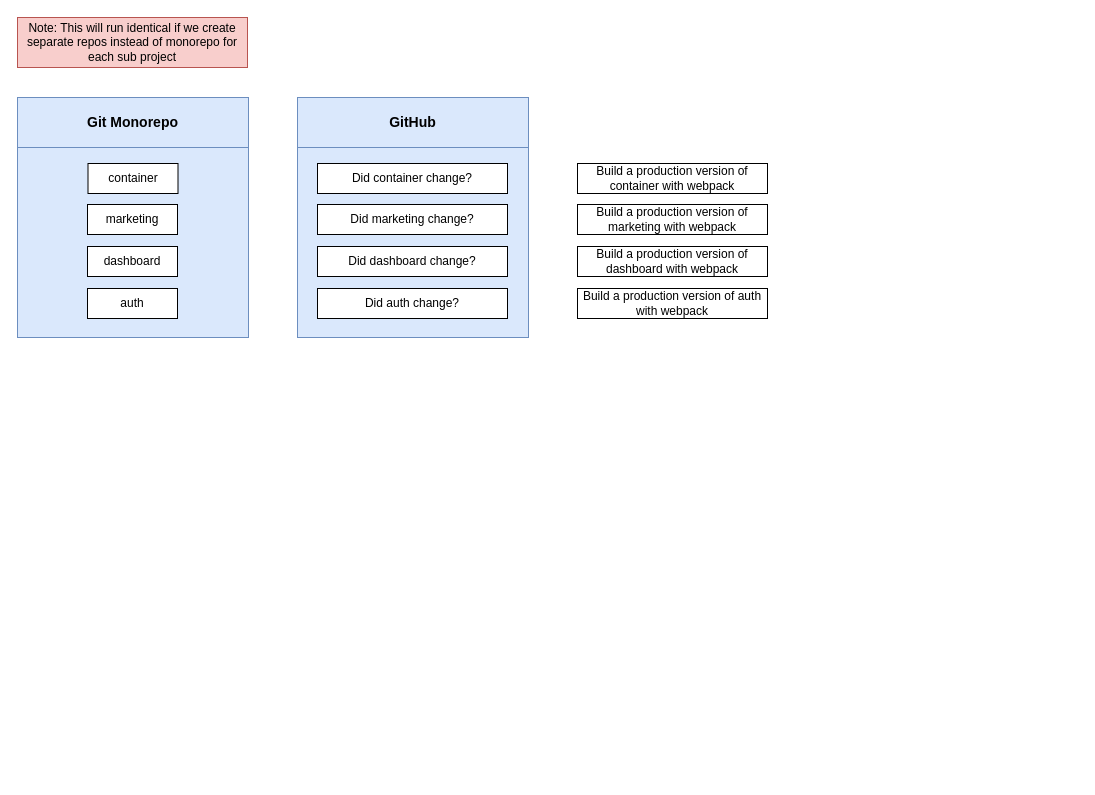
Above: page "Pipeline" (8 of 8) of ui/micro/integration/Frontend-Integration.drawio in afflato/system (draw.io), before the change. Source tidied: cells renumbered, new cells numbered last; positions are measured from the earlier drawing's top-left corner, leaving out a move shared by most shapes. Both pictures are drawn from the tidied source at 100%, with x=0, y=0 at pixel (17, 17).
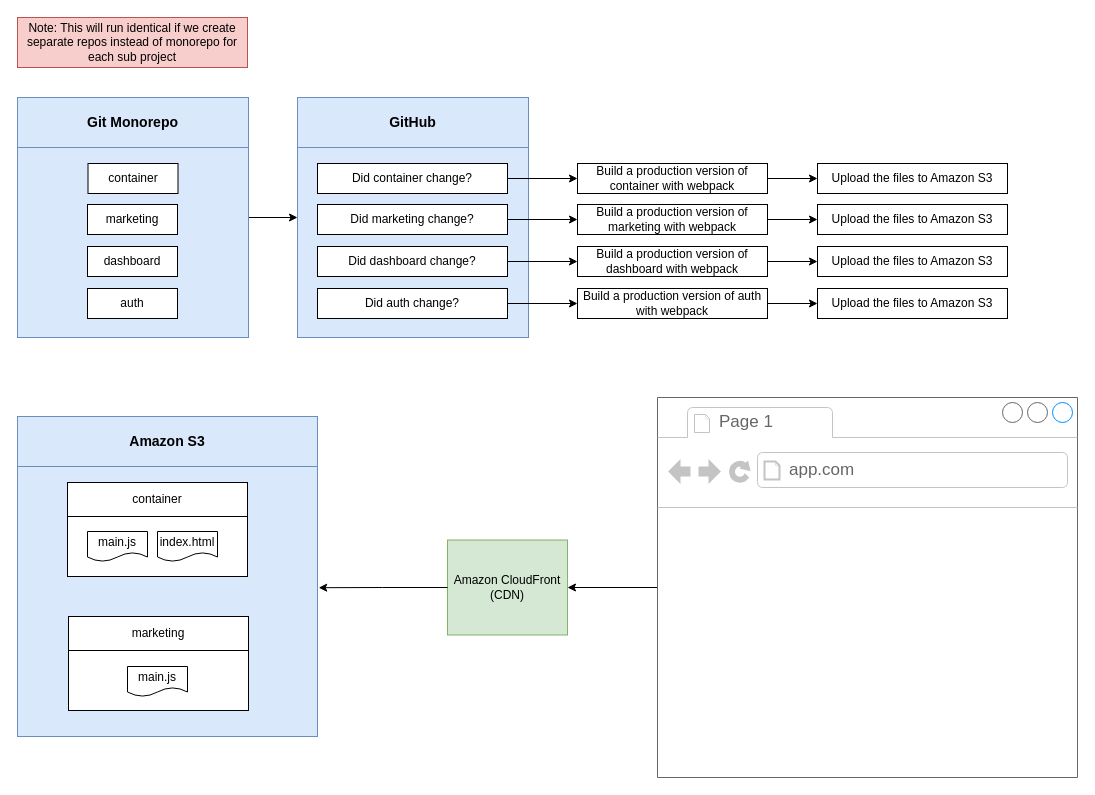
The same diagram, later.

The change refers to these unchanged cells:
```xml
<mxCell id="2" style="rounded=0;whiteSpace=wrap;html=1;fillColor=#dae8fc;strokeColor=#6c8ebf;" parent="1" vertex="1">
  <mxGeometry y="80" width="231" height="240" as="geometry" />
</mxCell>
<mxCell id="8" style="rounded=0;whiteSpace=wrap;html=1;fillColor=#dae8fc;strokeColor=#6c8ebf;" parent="1" vertex="1">
  <mxGeometry x="280" y="80" width="231" height="240" as="geometry" />
</mxCell>
<mxCell id="10" value="Did container change?" style="rounded=0;whiteSpace=wrap;html=1;" parent="1" vertex="1">
  <mxGeometry x="300" y="146" width="190" height="30" as="geometry" />
</mxCell>
<mxCell id="11" value="Did marketing change?" style="rounded=0;whiteSpace=wrap;html=1;" parent="1" vertex="1">
  <mxGeometry x="300" y="187" width="190" height="30" as="geometry" />
</mxCell>
<mxCell id="12" value="Did dashboard change?" style="rounded=0;whiteSpace=wrap;html=1;" parent="1" vertex="1">
  <mxGeometry x="300" y="229" width="190" height="30" as="geometry" />
</mxCell>
<mxCell id="13" value="Did auth change?" style="rounded=0;whiteSpace=wrap;html=1;" parent="1" vertex="1">
  <mxGeometry x="300" y="271" width="190" height="30" as="geometry" />
</mxCell>
<mxCell id="15" value="Build a production version of container with webpack" style="rounded=0;whiteSpace=wrap;html=1;" parent="1" vertex="1">
  <mxGeometry x="560" y="146" width="190" height="30" as="geometry" />
</mxCell>
<mxCell id="16" value="Build a production version of marketing with webpack" style="rounded=0;whiteSpace=wrap;html=1;" parent="1" vertex="1">
  <mxGeometry x="560" y="187" width="190" height="30" as="geometry" />
</mxCell>
<mxCell id="17" value="Build a production version of dashboard with webpack" style="rounded=0;whiteSpace=wrap;html=1;" parent="1" vertex="1">
  <mxGeometry x="560" y="229" width="190" height="30" as="geometry" />
</mxCell>
<mxCell id="18" value="Build a production version of auth with webpack" style="rounded=0;whiteSpace=wrap;html=1;" parent="1" vertex="1">
  <mxGeometry x="560" y="271" width="190" height="30" as="geometry" />
</mxCell>
```

Change to the diagram source:
```diff
@@
+    <mxCell id="19" style="edgeStyle=orthogonalEdgeStyle;rounded=0;jettySize=auto;html=1;entryX=0;entryY=0.5;entryDx=0;entryDy=0;" parent="1" edge="1" source="2" target="8">
+      <mxGeometry relative="1" as="geometry" />
+    </mxCell>
@@
+    <mxCell id="20" style="edgeStyle=orthogonalEdgeStyle;rounded=0;jettySize=auto;html=1;" parent="1" edge="1" source="10" target="15">
+      <mxGeometry relative="1" as="geometry" />
+    </mxCell>
@@
+    <mxCell id="21" style="edgeStyle=orthogonalEdgeStyle;rounded=0;jettySize=auto;html=1;entryX=0;entryY=0.5;entryDx=0;entryDy=0;" parent="1" edge="1" source="11" target="16">
+      <mxGeometry relative="1" as="geometry" />
+    </mxCell>
@@
+    <mxCell id="22" style="edgeStyle=orthogonalEdgeStyle;rounded=0;jettySize=auto;html=1;" parent="1" edge="1" source="12" target="17">
+      <mxGeometry relative="1" as="geometry" />
+    </mxCell>
@@
+    <mxCell id="23" style="edgeStyle=orthogonalEdgeStyle;rounded=0;jettySize=auto;html=1;" parent="1" edge="1" source="13" target="18">
+      <mxGeometry relative="1" as="geometry" />
+    </mxCell>
@@
+    <mxCell id="24" style="edgeStyle=orthogonalEdgeStyle;rounded=0;jettySize=auto;html=1;entryX=0;entryY=0.5;entryDx=0;entryDy=0;" parent="1" edge="1" source="15" target="28">
+      <mxGeometry relative="1" as="geometry" />
+    </mxCell>
@@
+    <mxCell id="25" style="edgeStyle=orthogonalEdgeStyle;rounded=0;jettySize=auto;html=1;" parent="1" edge="1" source="16" target="29">
+      <mxGeometry relative="1" as="geometry" />
+    </mxCell>
@@
+    <mxCell id="26" style="edgeStyle=orthogonalEdgeStyle;rounded=0;jettySize=auto;html=1;" parent="1" edge="1" source="17" target="30">
+      <mxGeometry relative="1" as="geometry" />
+    </mxCell>
@@
+    <mxCell id="27" style="edgeStyle=orthogonalEdgeStyle;rounded=0;jettySize=auto;html=1;" parent="1" edge="1" source="18" target="31">
+      <mxGeometry relative="1" as="geometry" />
+    </mxCell>
@@
+    <mxCell id="28" value="Upload the files to Amazon S3" style="rounded=0;whiteSpace=wrap;html=1;" parent="1" vertex="1">
+      <mxGeometry x="800" y="146" width="190" height="30" as="geometry" />
+    </mxCell>
+    <mxCell id="29" value="Upload the files to Amazon S3" style="rounded=0;whiteSpace=wrap;html=1;" parent="1" vertex="1">
+      <mxGeometry x="800" y="187" width="190" height="30" as="geometry" />
+    </mxCell>
+    <mxCell id="30" value="Upload the files to Amazon S3" style="rounded=0;whiteSpace=wrap;html=1;" parent="1" vertex="1">
+      <mxGeometry x="800" y="229" width="190" height="30" as="geometry" />
+    </mxCell>
+    <mxCell id="31" value="Upload the files to Amazon S3" style="rounded=0;whiteSpace=wrap;html=1;" parent="1" vertex="1">
+      <mxGeometry x="800" y="271" width="190" height="30" as="geometry" />
+    </mxCell>
+    <mxCell id="32" style="rounded=0;whiteSpace=wrap;html=1;fillColor=#dae8fc;strokeColor=#6c8ebf;" parent="1" vertex="1">
+      <mxGeometry y="399" width="300" height="320" as="geometry" />
+    </mxCell>
+    <mxCell id="33" value="&lt;b&gt;&lt;font style=&quot;font-size: 14px;&quot;&gt;Amazon S3&lt;/font&gt;&lt;/b&gt;" style="rounded=0;whiteSpace=wrap;html=1;fillColor=#dae8fc;strokeColor=#6c8ebf;" parent="1" vertex="1">
+      <mxGeometry y="399" width="300" height="50" as="geometry" />
+    </mxCell>
+    <mxCell id="34" style="rounded=0;whiteSpace=wrap;html=1;" parent="1" vertex="1">
+      <mxGeometry x="50" y="465" width="180" height="94" as="geometry" />
+    </mxCell>
+    <mxCell id="35" value="container" style="rounded=0;whiteSpace=wrap;html=1;" parent="1" vertex="1">
+      <mxGeometry x="50" y="465" width="180" height="34" as="geometry" />
+    </mxCell>
+    <mxCell id="36" value="main.js" style="shape=document;whiteSpace=wrap;html=1;boundedLbl=1;" parent="1" vertex="1">
+      <mxGeometry x="70" y="514" width="60" height="30" as="geometry" />
+    </mxCell>
+    <mxCell id="37" value="index.html" style="shape=document;whiteSpace=wrap;html=1;boundedLbl=1;" parent="1" vertex="1">
+      <mxGeometry x="140" y="514" width="60" height="30" as="geometry" />
+    </mxCell>
+    <mxCell id="38" style="rounded=0;whiteSpace=wrap;html=1;" parent="1" vertex="1">
+      <mxGeometry x="51" y="599" width="180" height="94" as="geometry" />
+    </mxCell>
+    <mxCell id="39" value="marketing" style="rounded=0;whiteSpace=wrap;html=1;" parent="1" vertex="1">
+      <mxGeometry x="51" y="599" width="180" height="34" as="geometry" />
+    </mxCell>
+    <mxCell id="40" value="main.js" style="shape=document;whiteSpace=wrap;html=1;boundedLbl=1;" parent="1" vertex="1">
+      <mxGeometry x="110" y="649" width="60" height="30" as="geometry" />
+    </mxCell>
+    <mxCell id="41" value="Amazon CloudFront (CDN)" style="rounded=0;whiteSpace=wrap;html=1;fillColor=#d5e8d4;strokeColor=#82b366;" parent="1" vertex="1">
+      <mxGeometry x="430" y="522.5" width="120" height="95" as="geometry" />
+    </mxCell>
+    <mxCell id="42" style="edgeStyle=orthogonalEdgeStyle;rounded=0;jettySize=auto;html=1;" parent="1" edge="1" source="43" target="41">
+      <mxGeometry relative="1" as="geometry" />
+    </mxCell>
+    <mxCell id="43" style="strokeWidth=1;shadow=0;dashed=0;align=center;html=1;shape=mxgraph.mockup.containers.browserWindow;rSize=0;strokeColor=#666666;strokeColor2=#008cff;strokeColor3=#c4c4c4;mainText=,;" parent="1" vertex="1">
+      <mxGeometry x="640" y="380" width="420" height="380" as="geometry" />
+    </mxCell>
+    <mxCell id="44" value="Page 1" style="strokeWidth=1;shadow=0;dashed=0;align=center;html=1;shape=mxgraph.mockup.containers.anchor;fontSize=17;fontColor=#666666;align=left;whiteSpace=wrap;" parent="43" vertex="1">
+      <mxGeometry x="60" y="12" width="110" height="26" as="geometry" />
+    </mxCell>
+    <mxCell id="45" value="app.com" style="strokeWidth=1;shadow=0;dashed=0;align=center;html=1;shape=mxgraph.mockup.containers.anchor;rSize=0;fontSize=17;fontColor=#666666;align=left;" parent="43" vertex="1">
+      <mxGeometry x="130" y="60" width="250" height="26" as="geometry" />
+    </mxCell>
+    <mxCell id="46" style="edgeStyle=orthogonalEdgeStyle;rounded=0;jettySize=auto;html=1;entryX=1.004;entryY=0.535;entryDx=0;entryDy=0;entryPerimeter=0;" parent="1" edge="1" source="41" target="32">
+      <mxGeometry relative="1" as="geometry" />
+    </mxCell>
```
